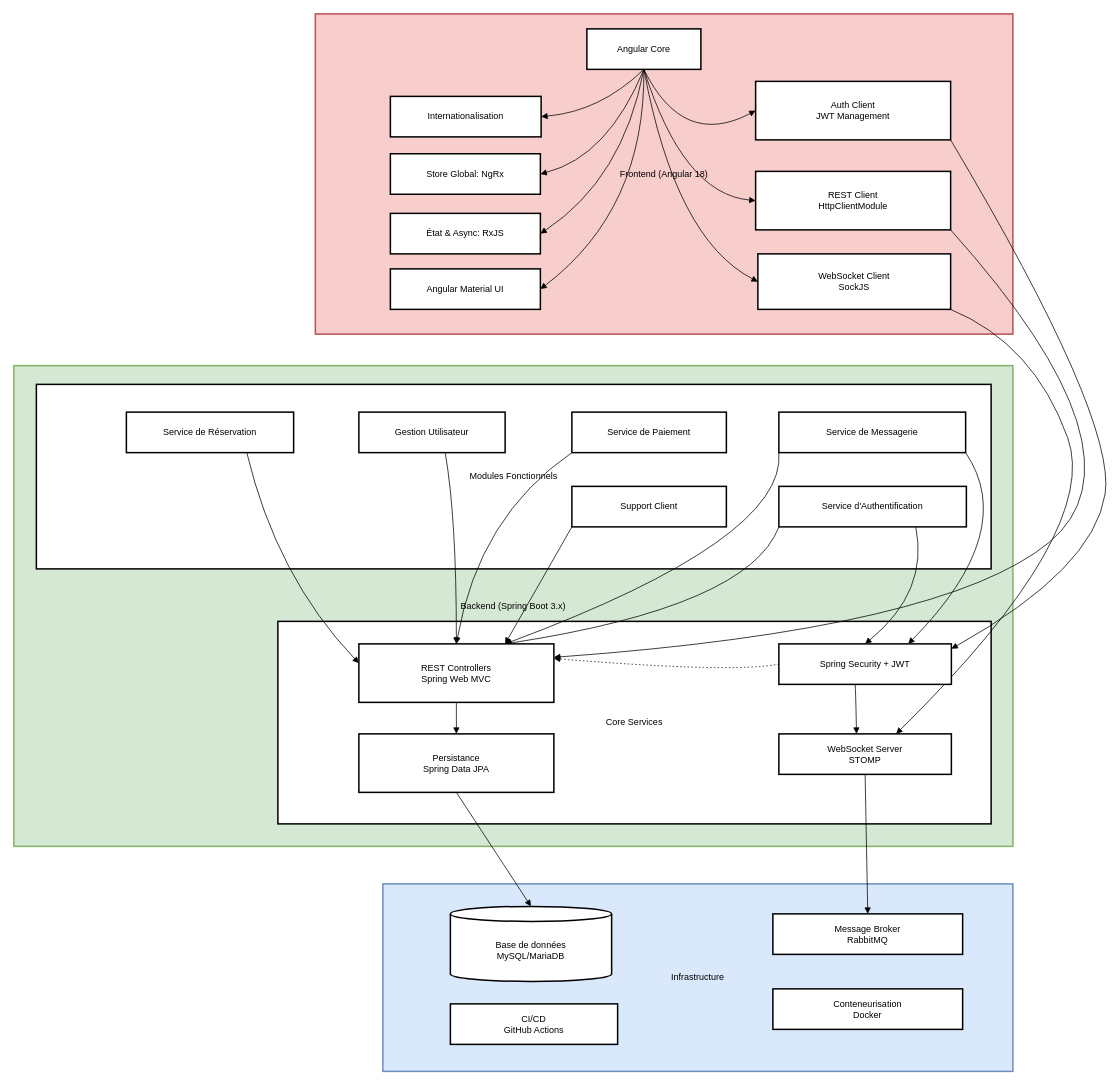
TangiLC/OC_P13-YourCarYourWay keeps this draw.io diagram as techno.drawio. Above is the earlier version. Source tidied: cells renumbered, new cells numbered last; positions are measured from the earlier drawing's top-left corner, leaving out a move shared by most shapes. Both pictures are drawn from the tidied source at 75%, with x=0, y=0 at pixel (14, 14).
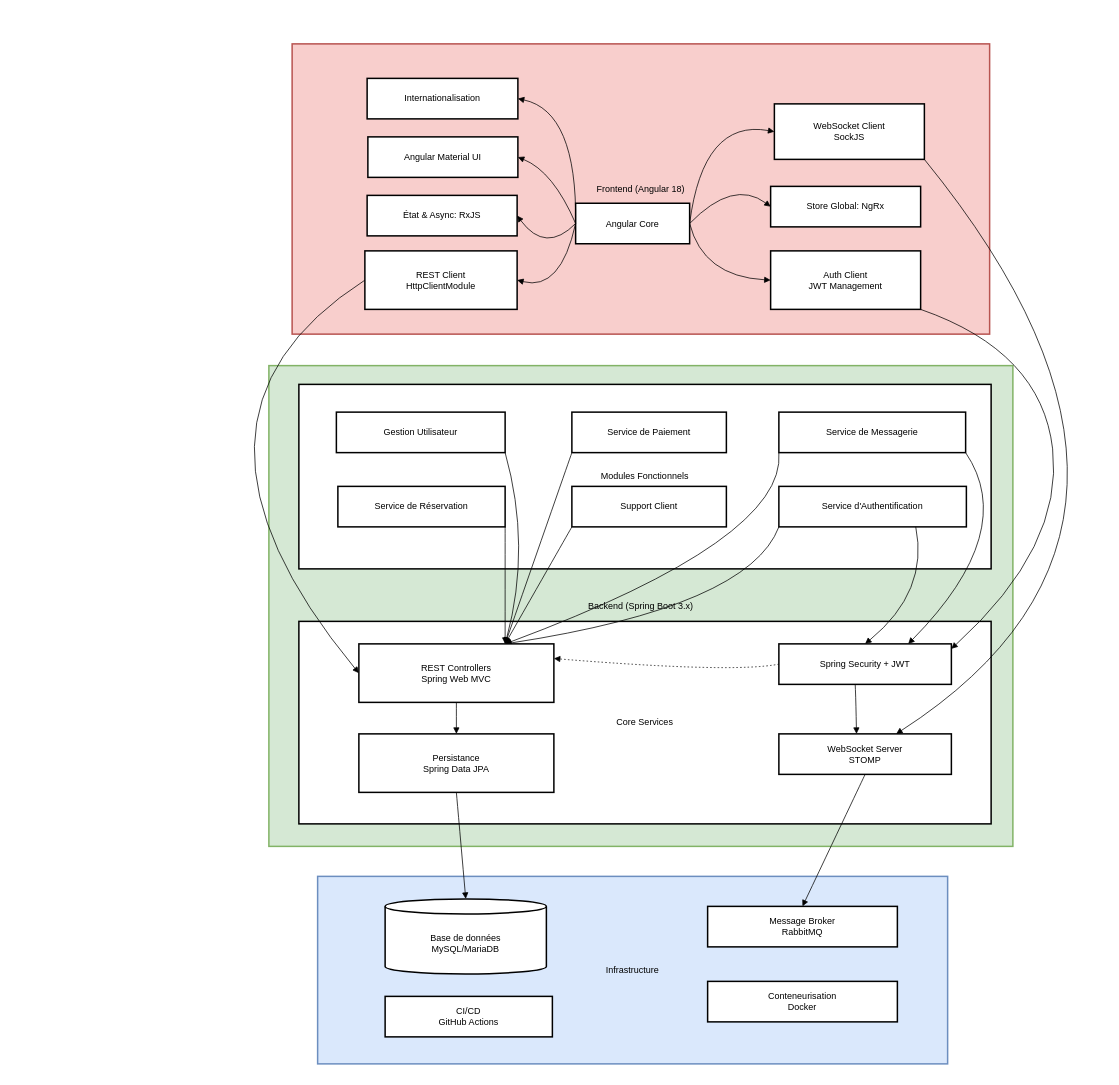
The same page after the edit.

Commit message (it also covers changes not shown here):
Mettre à jour techno.drawio

Unchanged cells that the change refers to:
```xml
<mxCell id="9" value="Service de Paiement" style="whiteSpace=wrap;strokeWidth=2;" parent="1" vertex="1">
  <mxGeometry x="744" y="531" width="206" height="54" as="geometry" />
</mxCell>
<mxCell id="11" value="WebSocket Server&#10;STOMP" style="whiteSpace=wrap;strokeWidth=2;" parent="1" vertex="1">
  <mxGeometry x="1020" y="960" width="230" height="54" as="geometry" />
</mxCell>
<mxCell id="47" value="REST Controllers&#10;Spring Web MVC" style="whiteSpace=wrap;strokeWidth=2;" parent="1" vertex="1">
  <mxGeometry x="460" y="840" width="260" height="78" as="geometry" />
</mxCell>
<mxCell id="49" value="Spring Security + JWT" style="whiteSpace=wrap;strokeWidth=2;" parent="1" vertex="1">
  <mxGeometry x="1020" y="840" width="230" height="54" as="geometry" />
</mxCell>
```

Change to the diagram source:
```diff
@@
     <mxCell id="2" value="Infrastructure" style="whiteSpace=wrap;strokeWidth=2;fillColor=#dae8fc;strokeColor=#6c8ebf;" parent="1" vertex="1">
-      <mxGeometry x="492" y="1160" width="840" height="250" as="geometry" />
+      <mxGeometry x="405" y="1150" width="840" height="250" as="geometry" />
     </mxCell>
     <mxCell id="3" value="Backend (Spring Boot 3.x)" style="whiteSpace=wrap;strokeWidth=2;fillColor=#d5e8d4;strokeColor=#82b366;" parent="1" vertex="1">
-      <mxGeometry y="469" width="1332" height="641" as="geometry" />
+      <mxGeometry x="340" y="469" width="992" height="641" as="geometry" />
     </mxCell>
     <mxCell id="4" value="Core Services" style="whiteSpace=wrap;strokeWidth=2;" parent="1" vertex="1">
-      <mxGeometry x="352" y="810" width="951" height="270" as="geometry" />
+      <mxGeometry x="380" y="810" width="923" height="270" as="geometry" />
     </mxCell>
     <mxCell id="5" value="Modules Fonctionnels" style="whiteSpace=wrap;strokeWidth=2;" parent="1" vertex="1">
-      <mxGeometry x="30" y="494" width="1273" height="246" as="geometry" />
+      <mxGeometry x="380" y="494" width="923" height="246" as="geometry" />
     </mxCell>
@@
     <mxCell id="7" value="Service de Réservation" style="whiteSpace=wrap;strokeWidth=2;" parent="1" vertex="1">
-      <mxGeometry x="150" y="531" width="223" height="54" as="geometry" />
+      <mxGeometry x="432" y="630" width="223" height="54" as="geometry" />
     </mxCell>
     <mxCell id="8" value="Gestion Utilisateur" style="whiteSpace=wrap;strokeWidth=2;" parent="1" vertex="1">
-      <mxGeometry x="460" y="531" width="195" height="54" as="geometry" />
+      <mxGeometry x="430" y="531" width="225" height="54" as="geometry" />
     </mxCell>
@@
     <mxCell id="13" value="Message Broker&#10;RabbitMQ" style="whiteSpace=wrap;strokeWidth=2;" parent="1" vertex="1">
-      <mxGeometry x="1012" y="1200" width="253" height="54" as="geometry" />
+      <mxGeometry x="925" y="1190" width="253" height="54" as="geometry" />
     </mxCell>
     <mxCell id="14" value="Base de données&#10;MySQL/MariaDB" style="shape=cylinder3;boundedLbl=1;backgroundOutline=1;size=10;strokeWidth=2;whiteSpace=wrap;" parent="1" vertex="1">
-      <mxGeometry x="582" y="1190" width="215" height="100" as="geometry" />
+      <mxGeometry x="495" y="1180" width="215" height="100" as="geometry" />
     </mxCell>
     <mxCell id="15" value="Conteneurisation&#10;Docker" style="whiteSpace=wrap;strokeWidth=2;" parent="1" vertex="1">
-      <mxGeometry x="1012" y="1300" width="253" height="54" as="geometry" />
+      <mxGeometry x="925" y="1290" width="253" height="54" as="geometry" />
     </mxCell>
     <mxCell id="16" value="CI/CD&#10;GitHub Actions" style="whiteSpace=wrap;strokeWidth=2;" parent="1" vertex="1">
-      <mxGeometry x="582" y="1320" width="223" height="54" as="geometry" />
+      <mxGeometry x="495" y="1310" width="223" height="54" as="geometry" />
     </mxCell>
@@
-    <mxCell id="19" style="curved=1;startArrow=none;endArrow=block;exitX=0.72;exitY=1;entryX=0;entryY=0.33;rounded=0;" parent="1" edge="1" source="7" target="47">
-      <mxGeometry relative="1" as="geometry">
-        <Array as="points">
-          <mxPoint x="350" y="750" />
-        </Array>
-      </mxGeometry>
+    <mxCell id="19" style="curved=1;startArrow=none;endArrow=block;exitX=1;exitY=1;entryX=0.75;entryY=0;rounded=0;entryDx=0;entryDy=0;exitDx=0;exitDy=0;" parent="1" edge="1" source="7" target="47">
+      <mxGeometry relative="1" as="geometry" />
     </mxCell>
-    <mxCell id="20" style="curved=1;startArrow=none;endArrow=block;exitX=0.59;exitY=1;entryX=0.5;entryY=0;rounded=0;entryDx=0;entryDy=0;" parent="1" edge="1" source="8" target="47">
+    <mxCell id="20" style="curved=1;startArrow=none;endArrow=block;exitX=1;exitY=1;entryX=0.75;entryY=0;rounded=0;entryDx=0;entryDy=0;exitDx=0;exitDy=0;" parent="1" edge="1" source="8" target="47">
       <mxGeometry relative="1" as="geometry">
         <Array as="points">
-          <mxPoint x="590" y="670" />
+          <mxPoint x="690" y="710" />
         </Array>
       </mxGeometry>
     </mxCell>
@@
     <mxCell id="27" value="Frontend (Angular 18)" style="whiteSpace=wrap;strokeWidth=2;fillColor=#f8cecc;strokeColor=#b85450;" parent="1" vertex="1">
-      <mxGeometry x="402" width="930" height="427" as="geometry" />
+      <mxGeometry x="371" y="40" width="930" height="387" as="geometry" />
     </mxCell>
     <mxCell id="28" value="Angular Core" style="whiteSpace=wrap;strokeWidth=2;" parent="1" vertex="1">
-      <mxGeometry x="764" y="20" width="152" height="54" as="geometry" />
+      <mxGeometry x="749" y="252.5" width="152" height="54" as="geometry" />
     </mxCell>
-    <mxCell id="29" value="Angular Material UI" style="whiteSpace=wrap;strokeWidth=2;" parent="1" vertex="1">
-      <mxGeometry x="502" y="340" width="200" height="54" as="geometry" />
-    </mxCell>
     <mxCell id="30" value="État &amp; Async: RxJS" style="whiteSpace=wrap;strokeWidth=2;" parent="1" vertex="1">
-      <mxGeometry x="502" y="266" width="200" height="54" as="geometry" />
+      <mxGeometry x="471" y="242" width="200" height="54" as="geometry" />
     </mxCell>
     <mxCell id="31" value="Store Global: NgRx" style="whiteSpace=wrap;strokeWidth=2;" parent="1" vertex="1">
-      <mxGeometry x="502" y="186.5" width="200" height="54" as="geometry" />
+      <mxGeometry x="1009" y="230" width="200" height="54" as="geometry" />
     </mxCell>
     <mxCell id="32" value="Internationalisation" style="whiteSpace=wrap;strokeWidth=2;" parent="1" vertex="1">
-      <mxGeometry x="502" y="110" width="201" height="54" as="geometry" />
+      <mxGeometry x="471" y="86" width="201" height="54" as="geometry" />
     </mxCell>
-    <mxCell id="33" value="WebSocket Client&#10;SockJS" style="whiteSpace=wrap;strokeWidth=2;" parent="1" vertex="1">
-      <mxGeometry x="992" y="320" width="257" height="74" as="geometry" />
-    </mxCell>
     <mxCell id="34" value="REST Client&#10;HttpClientModule" style="whiteSpace=wrap;strokeWidth=2;" parent="1" vertex="1">
-      <mxGeometry x="989" y="210" width="260" height="78" as="geometry" />
+      <mxGeometry x="468" y="316" width="203" height="78" as="geometry" />
     </mxCell>
     <mxCell id="35" value="Auth Client&#10;JWT Management" style="whiteSpace=wrap;strokeWidth=2;" parent="1" vertex="1">
-      <mxGeometry x="989" y="90" width="260" height="78" as="geometry" />
+      <mxGeometry x="1009" y="316" width="200" height="78" as="geometry" />
     </mxCell>
-    <mxCell id="36" style="curved=1;startArrow=none;endArrow=block;exitX=0.5;exitY=1;entryX=1;entryY=0.5;rounded=0;exitDx=0;exitDy=0;entryDx=0;entryDy=0;" parent="1" edge="1" source="28" target="29">
-      <mxGeometry relative="1" as="geometry">
-        <Array as="points">
-          <mxPoint x="842" y="260" />
-        </Array>
-      </mxGeometry>
-    </mxCell>
-    <mxCell id="37" style="curved=1;startArrow=none;endArrow=block;exitX=0.5;exitY=1;entryX=1;entryY=0.5;rounded=0;exitDx=0;exitDy=0;entryDx=0;entryDy=0;" parent="1" edge="1" source="28" target="30">
+    <mxCell id="37" style="curved=1;startArrow=none;endArrow=block;exitX=0;exitY=0.5;entryX=1;entryY=0.5;rounded=0;exitDx=0;exitDy=0;entryDx=0;entryDy=0;" parent="1" edge="1" source="28" target="30">
       <mxGeometry relative="1" as="geometry">
         <Array as="points">
-          <mxPoint x="812" y="220" />
+          <mxPoint x="709" y="320" />
         </Array>
       </mxGeometry>
     </mxCell>
-    <mxCell id="38" style="curved=1;startArrow=none;endArrow=block;exitX=0.5;exitY=1;entryX=1;entryY=0.5;rounded=0;exitDx=0;exitDy=0;entryDx=0;entryDy=0;" parent="1" edge="1" source="28" target="31">
+    <mxCell id="38" style="curved=1;startArrow=none;endArrow=block;entryX=0;entryY=0.5;rounded=0;entryDx=0;entryDy=0;exitX=1;exitY=0.5;exitDx=0;exitDy=0;" parent="1" edge="1" source="28" target="31">
       <mxGeometry relative="1" as="geometry">
         <Array as="points">
-          <mxPoint x="792" y="190" />
+          <mxPoint x="959" y="220" />
         </Array>
       </mxGeometry>
     </mxCell>
-    <mxCell id="39" style="curved=1;startArrow=none;endArrow=block;exitX=0.5;exitY=1;entryX=1;entryY=0.5;rounded=0;exitDx=0;exitDy=0;entryDx=0;entryDy=0;" parent="1" edge="1" source="28" target="32">
+    <mxCell id="39" style="curved=1;startArrow=none;endArrow=block;exitX=0;exitY=0.5;entryX=1;entryY=0.5;rounded=0;exitDx=0;exitDy=0;entryDx=0;entryDy=0;" parent="1" edge="1" source="28" target="32">
       <mxGeometry relative="1" as="geometry">
         <Array as="points">
-          <mxPoint x="782" y="130" />
+          <mxPoint x="751" y="130" />
         </Array>
       </mxGeometry>
     </mxCell>
-    <mxCell id="40" style="curved=1;startArrow=none;endArrow=block;exitX=0.5;exitY=1;entryX=0;entryY=0.5;rounded=0;entryDx=0;entryDy=0;exitDx=0;exitDy=0;" parent="1" edge="1" source="28" target="33">
+    <mxCell id="40" style="curved=1;startArrow=none;endArrow=block;exitX=1;exitY=0.5;entryX=0;entryY=0.5;rounded=0;entryDx=0;entryDy=0;exitDx=0;exitDy=0;" parent="1" edge="1" source="28" target="33">
       <mxGeometry relative="1" as="geometry">
         <Array as="points">
-          <mxPoint x="882" y="300" />
+          <mxPoint x="919" y="140" />
         </Array>
       </mxGeometry>
     </mxCell>
-    <mxCell id="41" style="curved=1;startArrow=none;endArrow=block;entryX=0;entryY=0.5;rounded=0;entryDx=0;entryDy=0;exitX=0.5;exitY=1;exitDx=0;exitDy=0;" parent="1" edge="1" source="28" target="34">
+    <mxCell id="41" style="curved=1;startArrow=none;endArrow=block;entryX=1;entryY=0.5;rounded=0;entryDx=0;entryDy=0;exitX=0;exitY=0.5;exitDx=0;exitDy=0;" parent="1" edge="1" source="28" target="34">
       <mxGeometry relative="1" as="geometry">
         <Array as="points">
-          <mxPoint x="892" y="240" />
+          <mxPoint x="729" y="370" />
         </Array>
       </mxGeometry>
     </mxCell>
-    <mxCell id="42" style="curved=1;startArrow=none;endArrow=block;entryX=0;entryY=0.5;rounded=0;entryDx=0;entryDy=0;exitX=0.5;exitY=1;exitDx=0;exitDy=0;" parent="1" edge="1" source="28" target="35">
+    <mxCell id="42" style="curved=1;startArrow=none;endArrow=block;entryX=0;entryY=0.5;rounded=0;entryDx=0;entryDy=0;exitX=1;exitY=0.5;exitDx=0;exitDy=0;" parent="1" edge="1" source="28" target="35">
       <mxGeometry relative="1" as="geometry">
         <Array as="points">
-          <mxPoint x="892" y="180" />
+          <mxPoint x="919" y="350" />
         </Array>
       </mxGeometry>
     </mxCell>
     <mxCell id="43" style="curved=1;startArrow=none;endArrow=block;exitX=1;exitY=1;entryX=0.68;entryY=0;rounded=0;exitDx=0;exitDy=0;" parent="1" edge="1" source="33" target="11">
       <mxGeometry relative="1" as="geometry">
         <Array as="points">
-          <mxPoint x="1360" y="440" />
-          <mxPoint x="1450" y="690" />
+          <mxPoint x="1610" y="680" />
         </Array>
       </mxGeometry>
     </mxCell>
-    <mxCell id="44" style="curved=1;startArrow=none;endArrow=block;exitX=1;exitY=1;entryX=1;entryY=0.23;rounded=0;exitDx=0;exitDy=0;" parent="1" edge="1" source="34" target="47">
+    <mxCell id="44" style="curved=1;startArrow=none;endArrow=block;exitX=0;exitY=0.5;entryX=0;entryY=0.5;rounded=0;exitDx=0;exitDy=0;entryDx=0;entryDy=0;" parent="1" edge="1" source="34" target="47">
       <mxGeometry relative="1" as="geometry">
         <Array as="points">
-          <mxPoint x="1520" y="590" />
-          <mxPoint x="1240" y="820" />
+          <mxPoint x="180" y="540" />
         </Array>
       </mxGeometry>
     </mxCell>
     <mxCell id="45" style="curved=1;startArrow=none;endArrow=block;exitX=1;exitY=1;entryX=1;entryY=0.12;rounded=0;exitDx=0;exitDy=0;" parent="1" edge="1" source="35" target="49">
       <mxGeometry relative="1" as="geometry">
         <Array as="points">
-          <mxPoint x="1470" y="540" />
-          <mxPoint x="1440" y="740" />
+          <mxPoint x="1370" y="450" />
+          <mxPoint x="1400" y="710" />
         </Array>
       </mxGeometry>
     </mxCell>
@@
-    <mxCell id="50" style="curved=1;startArrow=none;endArrow=block;exitX=0;exitY=1;entryX=0.5;entryY=0;rounded=0;entryDx=0;entryDy=0;exitDx=0;exitDy=0;" parent="1" edge="1" source="9" target="47">
-      <mxGeometry relative="1" as="geometry">
-        <Array as="points">
-          <mxPoint x="620" y="670" />
-        </Array>
-      </mxGeometry>
+    <mxCell id="50" style="curved=1;startArrow=none;endArrow=block;exitX=0;exitY=1;entryX=0.75;entryY=0;rounded=0;entryDx=0;entryDy=0;exitDx=0;exitDy=0;" parent="1" edge="1" source="9" target="47">
+      <mxGeometry relative="1" as="geometry" />
     </mxCell>
@@
+    <mxCell id="33" value="WebSocket Client&#10;SockJS" style="whiteSpace=wrap;strokeWidth=2;" parent="1" vertex="1">
+      <mxGeometry x="1014" y="120" width="200" height="74" as="geometry" />
+    </mxCell>
+    <mxCell id="36" style="curved=1;startArrow=none;endArrow=block;entryX=1;entryY=0.5;rounded=0;entryDx=0;entryDy=0;exitX=0;exitY=0.5;exitDx=0;exitDy=0;" parent="1" edge="1" source="28" target="29">
+      <mxGeometry relative="1" as="geometry">
+        <Array as="points">
+          <mxPoint x="719" y="210" />
+        </Array>
+      </mxGeometry>
+    </mxCell>
+    <mxCell id="29" value="Angular Material UI" style="whiteSpace=wrap;strokeWidth=2;" parent="1" vertex="1">
+      <mxGeometry x="472" y="164" width="200" height="54" as="geometry" />
+    </mxCell>
```
